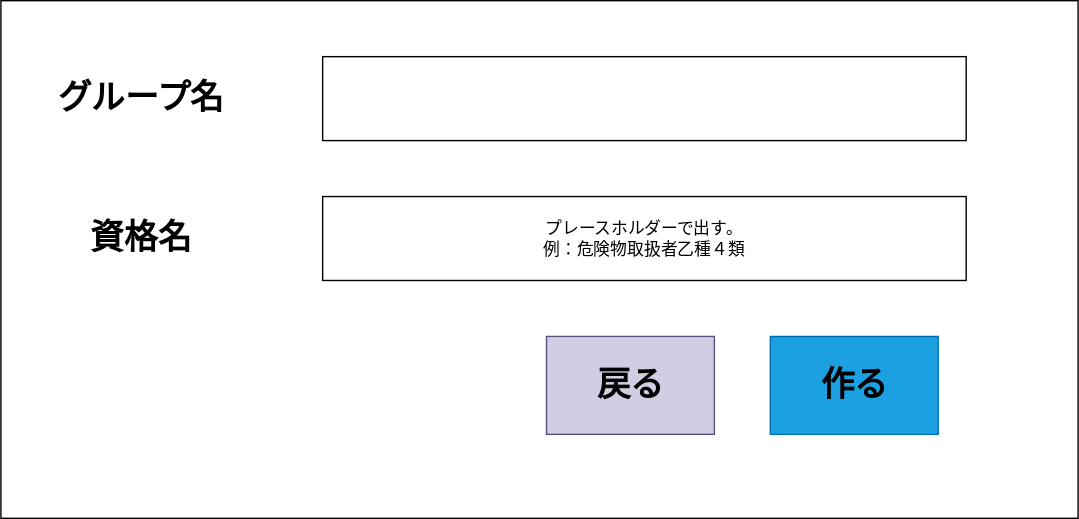
Earlier version of the draw.io export new_group.drawio.svg (nkc-ug/PSI). Source tidied: cells renumbered, new cells last; positions are measured from the earlier drawing's top-left corner, leaving out a move shared by most shapes.
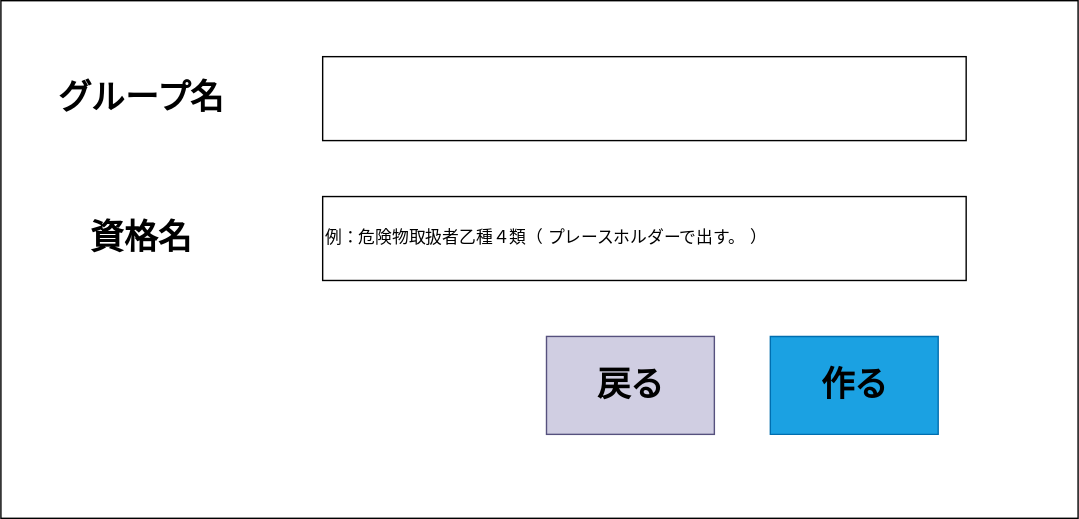
The same file after the commit.

Diff of the diagram source:
```diff
@@ -8,7 +8,7 @@
     <mxCell id="3" style="rounded=0;whiteSpace=wrap;html=1;" parent="1" vertex="1">
       <mxGeometry x="230" y="40" width="460" height="60" as="geometry" />
     </mxCell>
-    <mxCell id="4" value="プレースホルダーで出す。&lt;br&gt;&lt;div&gt;例：危険物取扱者乙種４類&lt;/div&gt;" style="rounded=0;whiteSpace=wrap;html=1;" parent="1" vertex="1">
+    <mxCell id="4" value="&lt;div style=&quot;&quot;&gt;&lt;span style=&quot;background-color: initial;&quot;&gt;例：危険物取扱者乙種４類（&lt;/span&gt;&lt;span style=&quot;background-color: initial;&quot;&gt;プレースホルダーで出す。&lt;/span&gt;&lt;span style=&quot;background-color: initial;&quot;&gt;）&lt;/span&gt;&lt;/div&gt;" style="rounded=0;whiteSpace=wrap;html=1;align=left;" parent="1" vertex="1">
       <mxGeometry x="230" y="140" width="460" height="60" as="geometry" />
     </mxCell>
     <mxCell id="5" value="グループ名" style="text;strokeColor=none;fillColor=none;html=1;fontSize=24;fontStyle=1;verticalAlign=middle;align=center;" parent="1" vertex="1">
```
